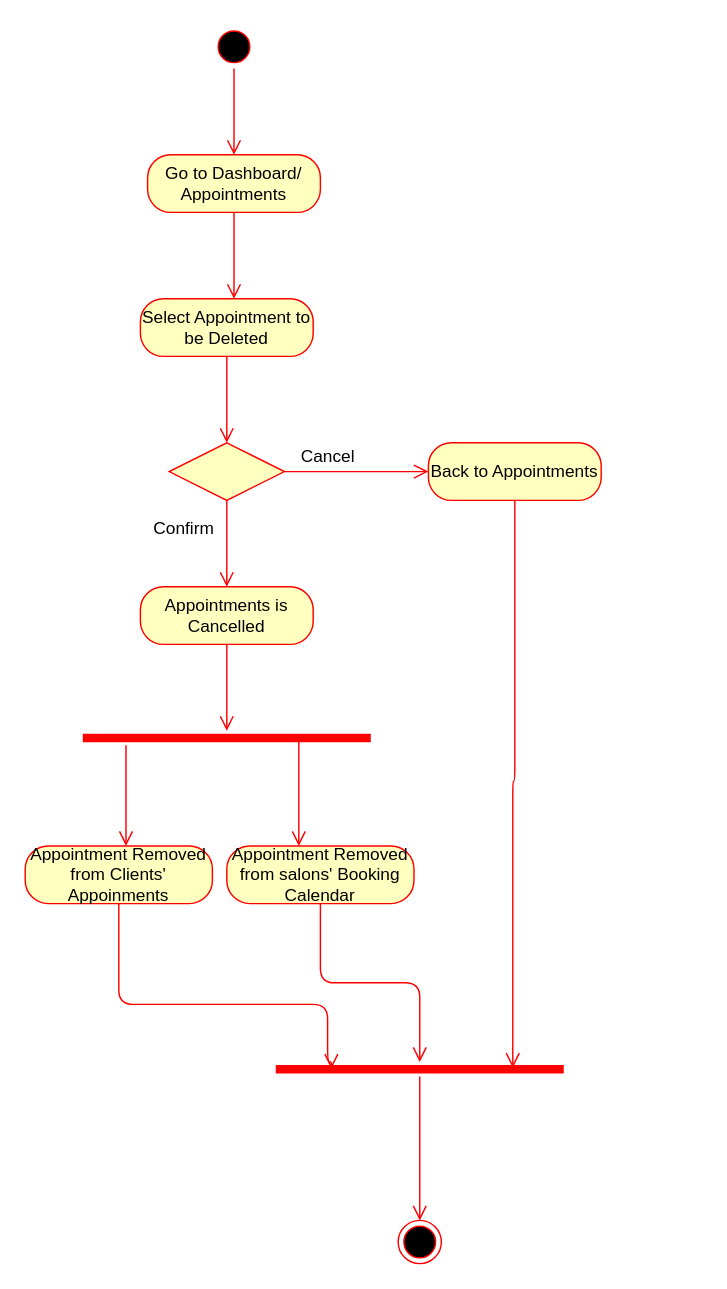
Above: Diagrams/Activity Diagrams FINAL/AC_09_ Delete Appointment.drawio in kkasharaj17/SE-project (draw.io), before the change. Source tidied: cells renumbered, new cells numbered last; positions are measured from the earlier drawing's top-left corner, leaving out a move shared by most shapes. Both pictures are drawn from the tidied source at 144%, with x=0, y=0 at pixel (24, 24).
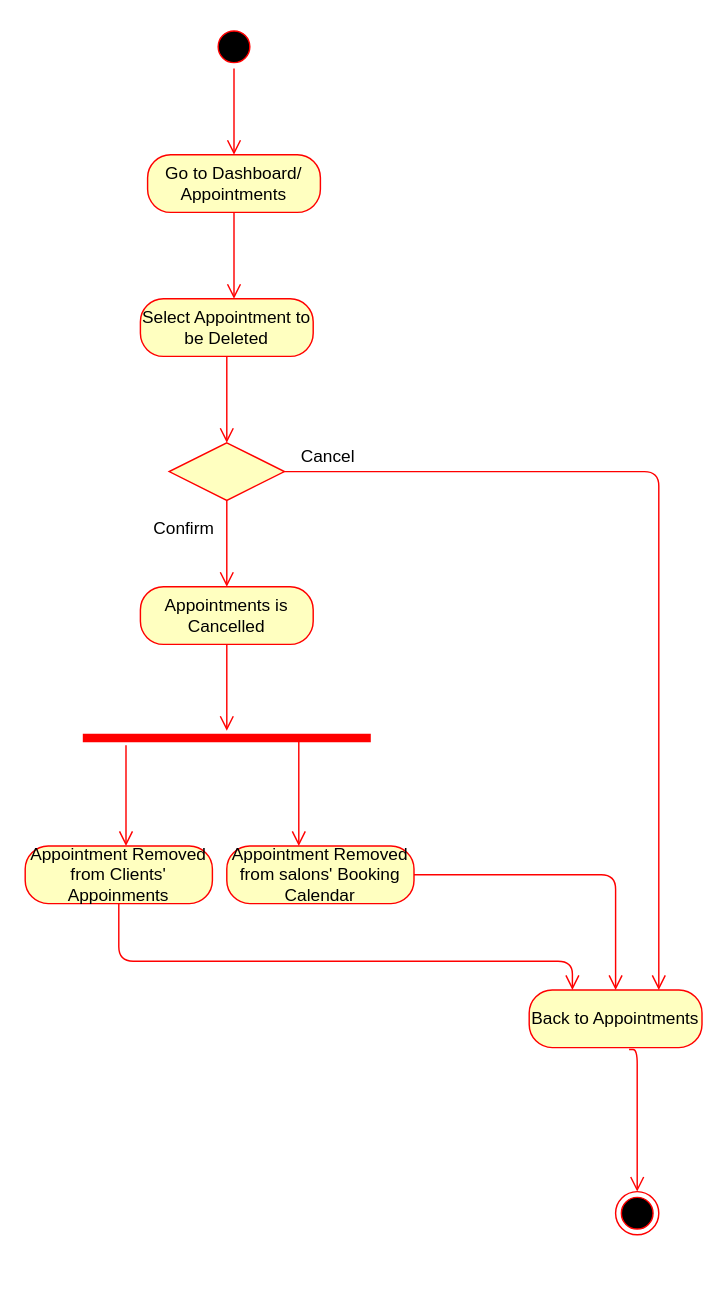
The same page after the edit.

The change refers to these unchanged cells:
```xml
<mxCell id="8" style="rhombus;whiteSpace=wrap;html=1;fillColor=#ffffc0;strokeColor=#ff0000;" parent="1" vertex="1">
  <mxGeometry x="100" y="290" width="80" height="40" as="geometry" />
</mxCell>
<mxCell id="21" value="Appointment Removed from Clients' Appoinments" style="rounded=1;whiteSpace=wrap;html=1;arcSize=40;fontColor=#000000;fillColor=#ffffc0;strokeColor=#ff0000;" parent="1" vertex="1">
  <mxGeometry y="570" width="130" height="40" as="geometry" />
</mxCell>
<mxCell id="23" value="Appointment Removed from salons' Booking Calendar" style="rounded=1;whiteSpace=wrap;html=1;arcSize=40;fontColor=#000000;fillColor=#ffffc0;strokeColor=#ff0000;" parent="1" vertex="1">
  <mxGeometry x="140" y="570" width="130" height="40" as="geometry" />
</mxCell>
```

What changed in the source:
```diff
@@
-    <mxCell id="9" style="edgeStyle=orthogonalEdgeStyle;html=1;align=left;verticalAlign=bottom;endArrow=open;endSize=8;strokeColor=#ff0000;" parent="1" edge="1" source="8">
-      <mxGeometry x="-1" relative="1" as="geometry">
-        <mxPoint x="280" y="310" as="targetPoint" />
-      </mxGeometry>
+    <mxCell id="9" style="edgeStyle=orthogonalEdgeStyle;html=1;align=left;verticalAlign=bottom;endArrow=open;endSize=8;strokeColor=#ff0000;entryX=0.75;entryY=0;entryDx=0;entryDy=0;" parent="1" edge="1" source="8" target="13">
+      <mxGeometry x="-1" relative="1" as="geometry" />
     </mxCell>
@@
     <mxCell id="13" value="Back to Appointments" style="rounded=1;whiteSpace=wrap;html=1;arcSize=40;fontColor=#000000;fillColor=#ffffc0;strokeColor=#ff0000;" parent="1" vertex="1">
-      <mxGeometry x="280" y="290" width="120" height="40" as="geometry" />
+      <mxGeometry x="350" y="670" width="120" height="40" as="geometry" />
     </mxCell>
-    <mxCell id="14" style="edgeStyle=orthogonalEdgeStyle;html=1;verticalAlign=bottom;endArrow=open;endSize=8;strokeColor=#ff0000;entryX=0.823;entryY=0.4;entryDx=0;entryDy=0;entryPerimeter=0;" parent="1" edge="1" source="13" target="25">
-      <mxGeometry relative="1" as="geometry" />
-    </mxCell>
@@
-    <mxCell id="22" style="edgeStyle=orthogonalEdgeStyle;html=1;verticalAlign=bottom;endArrow=open;endSize=8;strokeColor=#ff0000;entryX=0.193;entryY=0.467;entryDx=0;entryDy=0;entryPerimeter=0;" parent="1" edge="1" source="21" target="25">
+    <mxCell id="22" style="edgeStyle=orthogonalEdgeStyle;html=1;verticalAlign=bottom;endArrow=open;endSize=8;strokeColor=#ff0000;entryX=0.25;entryY=0;entryDx=0;entryDy=0;" parent="1" edge="1" source="21" target="13">
       <mxGeometry relative="1" as="geometry">
         <Array as="points">
-          <mxPoint x="65" y="680" />
-          <mxPoint x="210" y="680" />
-          <mxPoint x="210" y="720" />
-          <mxPoint x="213" y="720" />
+          <mxPoint x="65" y="650" />
+          <mxPoint x="380" y="650" />
         </Array>
       </mxGeometry>
     </mxCell>
@@
-    <mxCell id="24" style="edgeStyle=orthogonalEdgeStyle;html=1;verticalAlign=bottom;endArrow=open;endSize=8;strokeColor=#ff0000;" parent="1" edge="1" source="23" target="25">
+    <mxCell id="24" style="edgeStyle=orthogonalEdgeStyle;html=1;verticalAlign=bottom;endArrow=open;endSize=8;strokeColor=#ff0000;entryX=0.5;entryY=0;entryDx=0;entryDy=0;" parent="1" edge="1" source="23" target="13">
       <mxGeometry relative="1" as="geometry" />
     </mxCell>
-    <mxCell id="25" style="shape=line;html=1;strokeWidth=6;strokeColor=#ff0000;" parent="1" vertex="1">
-      <mxGeometry x="174" y="720" width="200" height="10" as="geometry" />
-    </mxCell>
-    <mxCell id="26" style="edgeStyle=orthogonalEdgeStyle;html=1;verticalAlign=bottom;endArrow=open;endSize=8;strokeColor=#ff0000;" parent="1" edge="1" source="25">
+    <mxCell id="26" style="edgeStyle=orthogonalEdgeStyle;html=1;verticalAlign=bottom;endArrow=open;endSize=8;strokeColor=#ff0000;exitX=0.578;exitY=1.033;exitDx=0;exitDy=0;exitPerimeter=0;" parent="1" edge="1" source="13">
       <mxGeometry relative="1" as="geometry">
-        <mxPoint x="274" y="830" as="targetPoint" />
+        <mxPoint x="425" y="810" as="targetPoint" />
         <Array as="points">
-          <mxPoint x="274" y="810" />
-          <mxPoint x="274" y="810" />
+          <mxPoint x="425" y="711" />
         </Array>
       </mxGeometry>
     </mxCell>
     <mxCell id="27" style="ellipse;html=1;shape=endState;fillColor=#000000;strokeColor=#ff0000;" parent="1" vertex="1">
-      <mxGeometry x="259" y="830" width="30" height="30" as="geometry" />
+      <mxGeometry x="410" y="810" width="30" height="30" as="geometry" />
     </mxCell>
```
